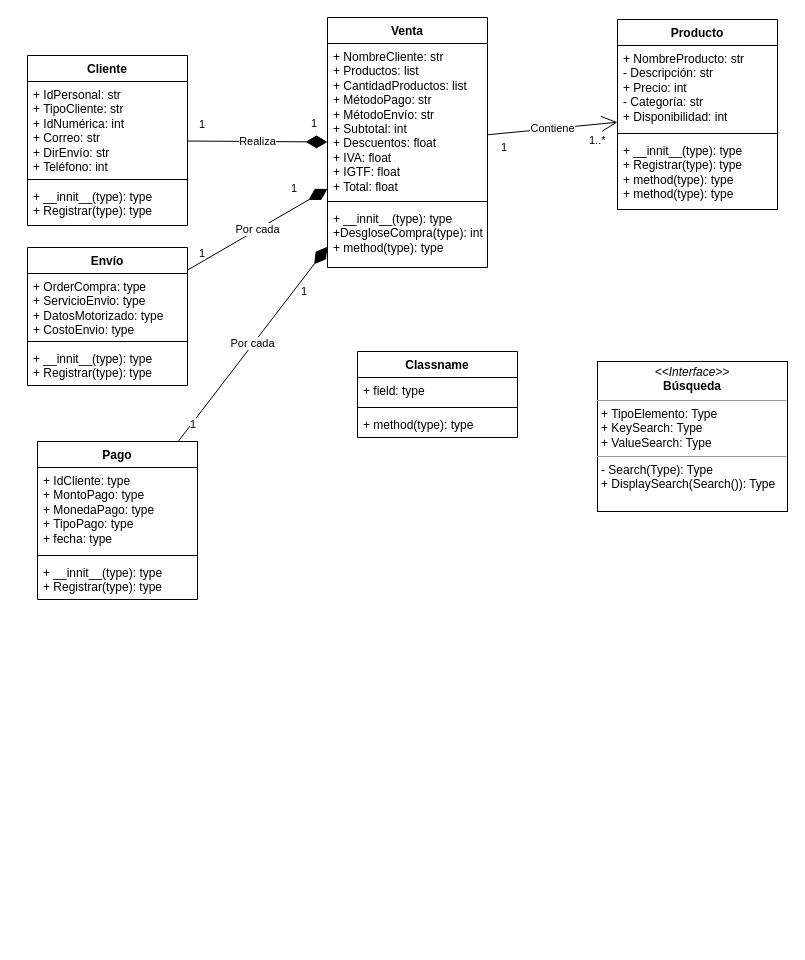
Miguiiii/Clases-AyP keeps this draw.io diagram as Proyecto/ProyectoAyP.drawio. Above is the earlier version. Source tidied: cells renumbered, new cells numbered last; positions are measured from the earlier drawing's top-left corner, leaving out a move shared by most shapes. Both pictures are drawn from the tidied source at 100%, with x=0, y=0 at pixel (27, 17).
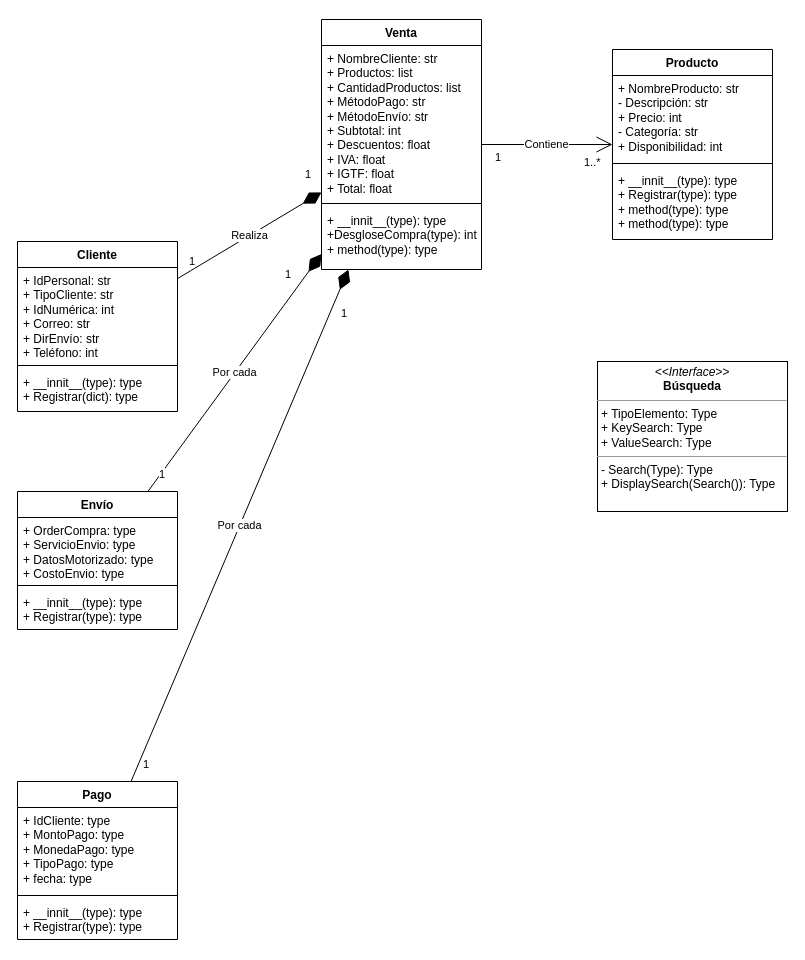
The same diagram, later.

The change refers to these unchanged cells:
```xml
<mxCell id="28" value="Por cada" style="endArrow=diamondThin;html=1;endSize=19;startArrow=none;startSize=14;startFill=0;rounded=0;endFill=1;" parent="1" edge="1" source="14" target="10">
  <mxGeometry relative="1" as="geometry" />
</mxCell>
<mxCell id="31" value="Por cada" style="endArrow=diamondThin;html=1;endSize=19;startArrow=none;startSize=14;startFill=0;rounded=0;endFill=1;" parent="1" edge="1" source="18" target="10">
  <mxGeometry relative="1" as="geometry" />
</mxCell>
```

The edit, as a diff of the source:
```diff
@@
     <mxCell id="2" value="Producto" style="swimlane;fontStyle=1;align=center;verticalAlign=top;horizontal=1;startSize=26;whiteSpace=wrap;html=1;rounded=0;" parent="1" vertex="1">
-      <mxGeometry x="590" y="2" width="160" height="190" as="geometry" />
+      <mxGeometry x="585" y="32" width="160" height="190" as="geometry" />
     </mxCell>
@@
     <mxCell id="6" value="Cliente" style="swimlane;fontStyle=1;align=center;verticalAlign=top;horizontal=1;startSize=26;whiteSpace=wrap;html=1;rounded=0;" parent="1" vertex="1">
-      <mxGeometry y="38" width="160" height="170" as="geometry" />
+      <mxGeometry x="-10" y="224" width="160" height="170" as="geometry" />
     </mxCell>
@@
-    <mxCell id="9" value="+ __innit__(type): type&lt;br style=&quot;border-color: var(--border-color);&quot;&gt;+ Registrar(type): type" style="text;strokeColor=none;fillColor=none;align=left;verticalAlign=top;spacingLeft=4;spacingRight=4;overflow=hidden;whiteSpace=wrap;html=1;rounded=0;" parent="6" vertex="1">
+    <mxCell id="9" value="+ __innit__(type): type&lt;br style=&quot;border-color: var(--border-color);&quot;&gt;+ Registrar(dict): type" style="text;strokeColor=none;fillColor=none;align=left;verticalAlign=top;spacingLeft=4;spacingRight=4;overflow=hidden;whiteSpace=wrap;html=1;rounded=0;" parent="6" vertex="1">
       <mxGeometry y="128" width="160" height="42" as="geometry" />
     </mxCell>
     <mxCell id="10" value="Venta" style="swimlane;fontStyle=1;align=center;verticalAlign=top;horizontal=1;startSize=26;whiteSpace=wrap;html=1;rounded=0;" parent="1" vertex="1">
-      <mxGeometry x="300" width="160" height="250" as="geometry" />
+      <mxGeometry x="294" y="2" width="160" height="250" as="geometry" />
     </mxCell>
@@
     <mxCell id="14" value="Pago" style="swimlane;fontStyle=1;align=center;verticalAlign=top;horizontal=1;startSize=26;whiteSpace=wrap;html=1;rounded=0;" parent="1" vertex="1">
-      <mxGeometry x="10" y="424" width="160" height="158" as="geometry" />
+      <mxGeometry x="-10" y="764" width="160" height="158" as="geometry" />
     </mxCell>
@@
     <mxCell id="18" value="Envío" style="swimlane;fontStyle=1;align=center;verticalAlign=top;horizontal=1;startSize=26;whiteSpace=wrap;html=1;rounded=0;" parent="1" vertex="1">
-      <mxGeometry y="230" width="160" height="138" as="geometry" />
+      <mxGeometry x="-10" y="474" width="160" height="138" as="geometry" />
     </mxCell>
@@
     <mxCell id="30" value="1" style="edgeLabel;html=1;align=right;verticalAlign=top;rounded=0;" parent="28" vertex="1">
       <mxGeometry x="1" relative="1" as="geometry">
-        <mxPoint x="-20" y="31" as="offset" />
+        <mxPoint x="-1" y="31" as="offset" />
       </mxGeometry>
     </mxCell>
@@
     <mxCell id="33" value="1" style="edgeLabel;html=1;align=right;verticalAlign=top;rounded=0;" parent="31" vertex="1">
       <mxGeometry x="1" relative="1" as="geometry">
-        <mxPoint x="-30" y="-13" as="offset" />
+        <mxPoint x="-30" y="7" as="offset" />
       </mxGeometry>
     </mxCell>
@@
-    <mxCell id="35" value="Classname" style="swimlane;fontStyle=1;align=center;verticalAlign=top;horizontal=1;startSize=26;whiteSpace=wrap;html=1;" parent="1" vertex="1">
-      <mxGeometry x="330" y="334" width="160" height="86" as="geometry" />
-    </mxCell>
-    <mxCell id="36" value="+ field: type" style="text;strokeColor=none;fillColor=none;align=left;verticalAlign=top;spacingLeft=4;spacingRight=4;overflow=hidden;whiteSpace=wrap;html=1;" parent="35" vertex="1">
-      <mxGeometry y="26" width="160" height="26" as="geometry" />
-    </mxCell>
-    <mxCell id="37" style="line;strokeWidth=1;fillColor=none;align=left;verticalAlign=middle;spacingTop=-1;spacingLeft=3;spacingRight=3;labelPosition=right;strokeColor=inherit;" parent="35" vertex="1">
-      <mxGeometry y="52" width="160" height="8" as="geometry" />
-    </mxCell>
-    <mxCell id="38" value="+ method(type): type" style="text;strokeColor=none;fillColor=none;align=left;verticalAlign=top;spacingLeft=4;spacingRight=4;overflow=hidden;whiteSpace=wrap;html=1;" parent="35" vertex="1">
-      <mxGeometry y="60" width="160" height="26" as="geometry" />
-    </mxCell>
```
